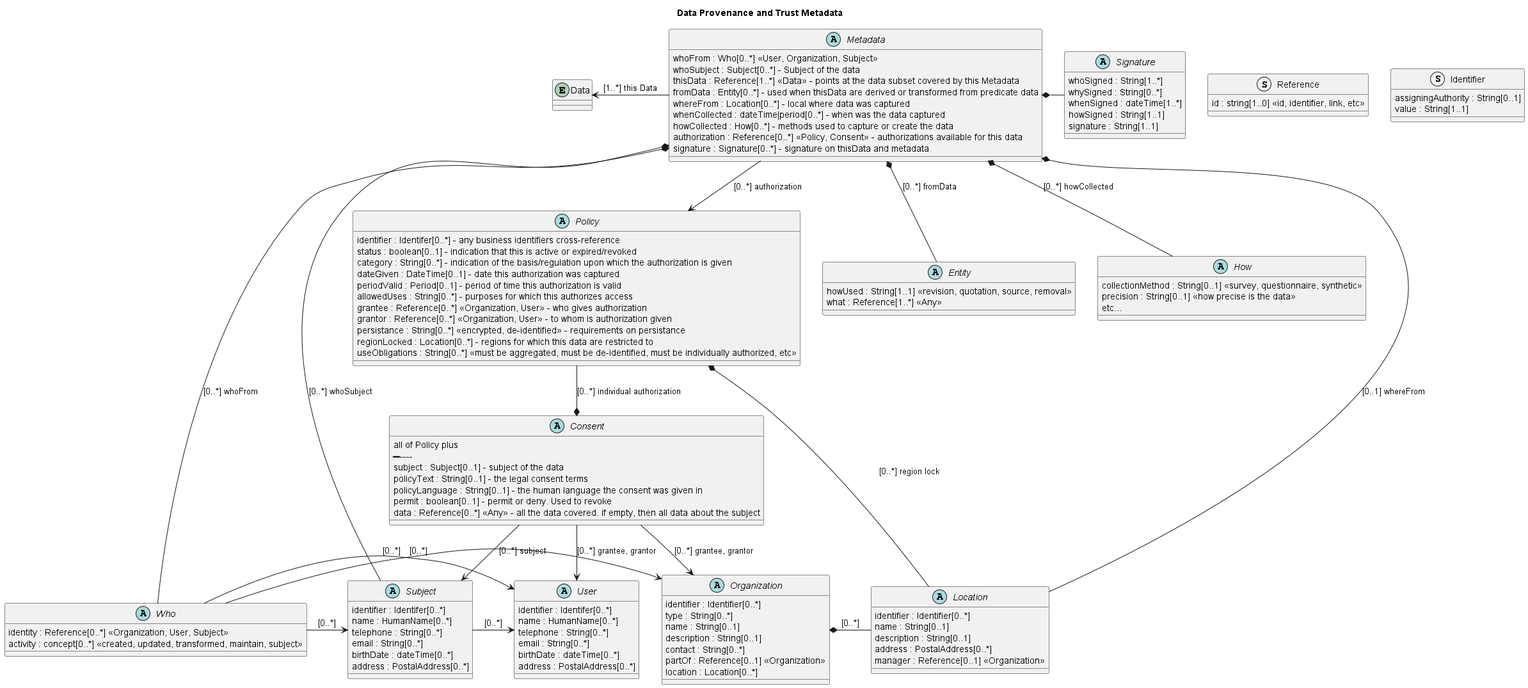
Before: out/metadata/metadata.png, a diagram exported from PlantUML (JohnMoehrke/Metadata).
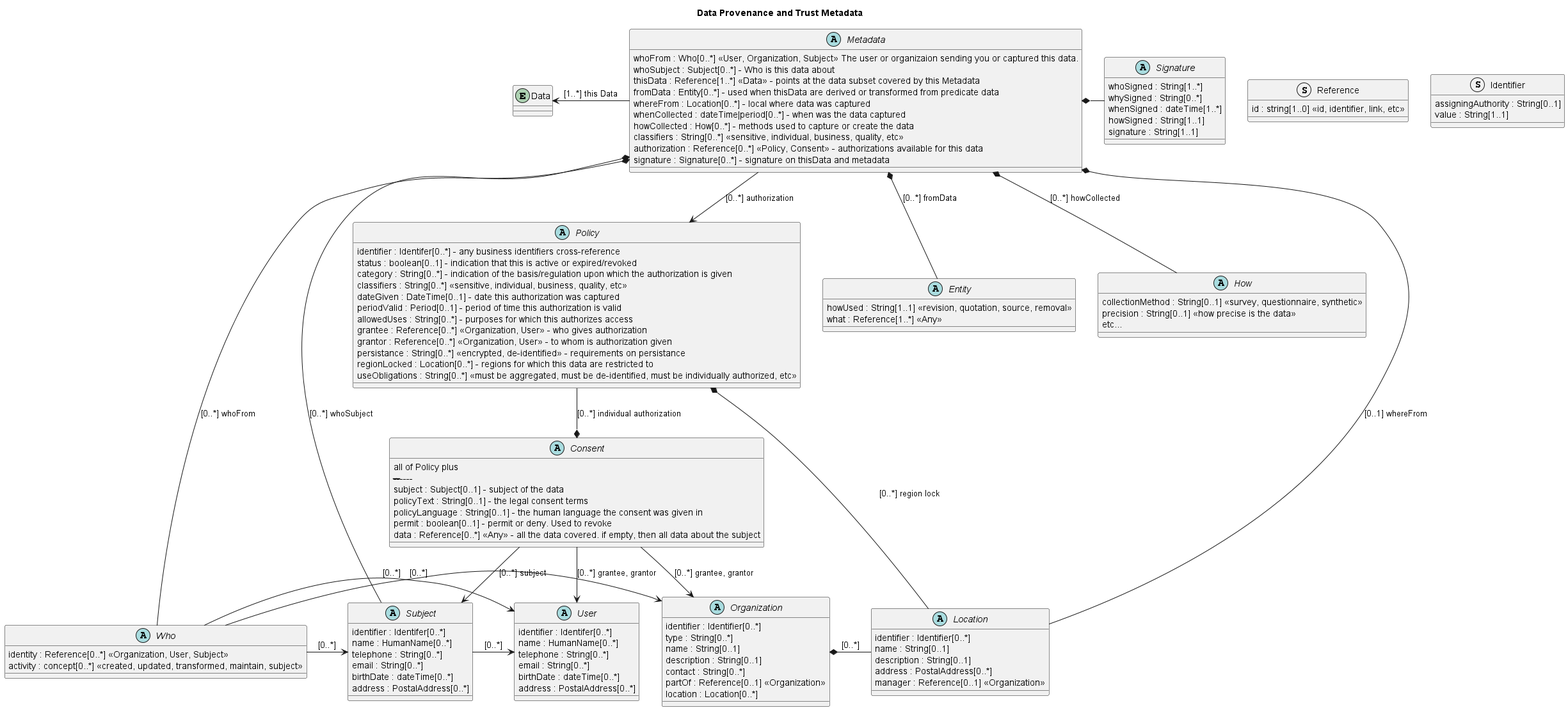
The same file after the commit.

Diff of the diagram source:
```diff
@@ -20,13 +20,14 @@
 entity Data
 
 abstract class Metadata {
-  whoFrom : Who[0..*] <<User, Organization, Subject>>
-  whoSubject : Subject[0..*] - Subject of the data
+  whoFrom : Who[0..*] <<User, Organization, Subject>> The user or organizaion sending you or captured this data.
+  whoSubject : Subject[0..*] - Who is this data about
   thisData : Reference[1..*] <<Data>> - points at the data subset covered by this Metadata
   fromData : Entity[0..*] - used when thisData are derived or transformed from predicate data
   whereFrom : Location[0..*] - local where data was captured
   whenCollected : dateTime|period[0..*] - when was the data captured
   howCollected : How[0..*] - methods used to capture or create the data
+  classifiers : String[0..*] <<sensitive, individual, business, quality, etc>>
   authorization : Reference[0..*] <<Policy, Consent>> - authorizations available for this data
   signature : Signature[0..*] - signature on thisData and metadata
 }
@@ -102,6 +103,7 @@
     identifier : Identifer[0..*] - any business identifiers cross-reference
     status : boolean[0..1] - indication that this is active or expired/revoked
     category : String[0..*] - indication of the basis/regulation upon which the authorization is given
+    classifiers : String[0..*] <<sensitive, individual, business, quality, etc>>
     dateGiven : DateTime[0..1] - date this authorization was captured
     periodValid : Period[0..1] - period of time this authorization is valid
     allowedUses : String[0..*] - purposes for which this authorizes access
```
